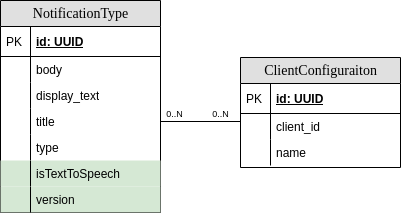
This is src/graphics/diagramms/erd_t2s_v01.drawio.png from jsvilling/IP6_Bachelorarbeit_Bericht_Cloudbasiertes_Praxisrufsystem, a draw.io export, as it was before one commit. Source tidied: cells renumbered, new cells last; positions are measured from the earlier drawing's top-left corner, leaving out a move shared by most shapes.
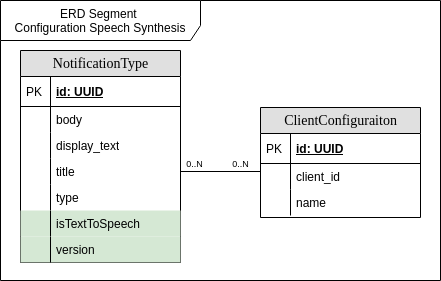
Above is the later version.

What changed in the source:
```diff
@@ -79,5 +79,8 @@
     <mxCell id="26" value="&lt;font style=&quot;font-size: 9px&quot;&gt;0..N&lt;/font&gt;" style="text;html=1;align=center;verticalAlign=middle;strokeColor=none;fillColor=none;" parent="1" vertex="1">
       <mxGeometry x="205" y="102" width="30" height="20" as="geometry" />
     </mxCell>
+    <mxCell id="27" value="ERD Segment &lt;br&gt;Configuration Speech Synthesis" style="shape=umlFrame;whiteSpace=wrap;html=1;width=200;height=40;" parent="1" vertex="1">
+      <mxGeometry x="-20" y="-50" width="440" height="280" as="geometry" />
+    </mxCell>
   </root>
 </mxGraphModel>
```
